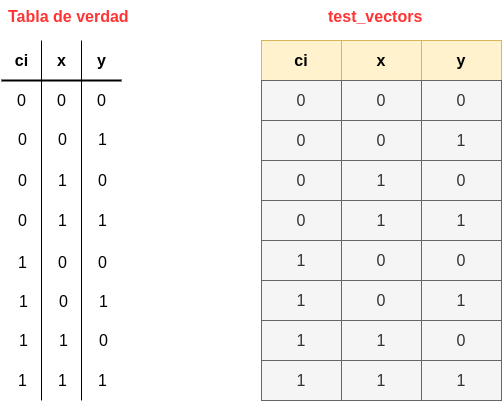
Before: imagenes/fundamentos_vhdl/full_adder_images/test_vector_full_adder.png, a diagram exported from draw.io (tigarto/electronica_digital). Source tidied: cells renumbered, new cells last; positions are measured from the earlier drawing's top-left corner, leaving out a move shared by most shapes. Its diagram source:
```xml
<mxGraphModel>
  <root>
    <mxCell id="0" />
    <mxCell id="1" parent="0" />
    <mxCell id="2" style="group;" parent="1" vertex="1">
      <mxGeometry x="260" y="40" width="240" height="40" as="geometry" />
    </mxCell>
    <mxCell id="3" value="ci" style="rounded=0;whiteSpace=wrap;html=1;fontStyle=1;fontSize=16;fillColor=#fff2cc;strokeColor=#d6b656;" parent="2" vertex="1">
      <mxGeometry width="80" height="40" as="geometry" />
    </mxCell>
    <mxCell id="4" value="x" style="rounded=0;whiteSpace=wrap;html=1;fontStyle=1;fontSize=16;fillColor=#fff2cc;strokeColor=#d6b656;" parent="2" vertex="1">
      <mxGeometry x="80" width="80" height="40" as="geometry" />
    </mxCell>
    <mxCell id="5" value="y" style="rounded=0;whiteSpace=wrap;html=1;fontStyle=1;fontSize=16;fillColor=#fff2cc;strokeColor=#d6b656;" parent="2" vertex="1">
      <mxGeometry x="160" width="80" height="40" as="geometry" />
    </mxCell>
    <mxCell id="6" style="group;fillColor=#f5f5f5;strokeColor=#666666;fontColor=#333333;" parent="1" vertex="1">
      <mxGeometry x="260" y="80" width="240" height="40" as="geometry" />
    </mxCell>
    <mxCell id="7" value="0" style="rounded=0;whiteSpace=wrap;html=1;fontSize=16;fillColor=#f5f5f5;strokeColor=#666666;fontColor=#333333;" parent="6" vertex="1">
      <mxGeometry width="80" height="40" as="geometry" />
    </mxCell>
    <mxCell id="8" value="0" style="rounded=0;whiteSpace=wrap;html=1;fontSize=16;fillColor=#f5f5f5;strokeColor=#666666;fontColor=#333333;" parent="6" vertex="1">
      <mxGeometry x="80" width="80" height="40" as="geometry" />
    </mxCell>
    <mxCell id="9" value="0" style="rounded=0;whiteSpace=wrap;html=1;fontSize=16;fillColor=#f5f5f5;strokeColor=#666666;fontColor=#333333;" parent="6" vertex="1">
      <mxGeometry x="160" width="80" height="40" as="geometry" />
    </mxCell>
    <mxCell id="10" style="group;fillColor=#f5f5f5;strokeColor=#666666;fontColor=#333333;" parent="1" vertex="1">
      <mxGeometry x="260" y="120" width="240" height="40" as="geometry" />
    </mxCell>
    <mxCell id="11" value="0" style="rounded=0;whiteSpace=wrap;html=1;fontSize=16;fillColor=#f5f5f5;strokeColor=#666666;fontColor=#333333;" parent="10" vertex="1">
      <mxGeometry width="80" height="40" as="geometry" />
    </mxCell>
    <mxCell id="12" value="0" style="rounded=0;whiteSpace=wrap;html=1;fontSize=16;fillColor=#f5f5f5;strokeColor=#666666;fontColor=#333333;" parent="10" vertex="1">
      <mxGeometry x="80" width="80" height="40" as="geometry" />
    </mxCell>
    <mxCell id="13" value="1" style="rounded=0;whiteSpace=wrap;html=1;fontSize=16;fillColor=#f5f5f5;strokeColor=#666666;fontColor=#333333;" parent="10" vertex="1">
      <mxGeometry x="160" width="80" height="40" as="geometry" />
    </mxCell>
    <mxCell id="14" style="group;fillColor=#f5f5f5;strokeColor=#666666;fontColor=#333333;" parent="1" vertex="1">
      <mxGeometry x="260" y="160" width="240" height="40" as="geometry" />
    </mxCell>
    <mxCell id="15" value="0" style="rounded=0;whiteSpace=wrap;html=1;fontSize=16;fillColor=#f5f5f5;strokeColor=#666666;fontColor=#333333;" parent="14" vertex="1">
      <mxGeometry width="80" height="40" as="geometry" />
    </mxCell>
    <mxCell id="16" value="1" style="rounded=0;whiteSpace=wrap;html=1;fontSize=16;fillColor=#f5f5f5;strokeColor=#666666;fontColor=#333333;" parent="14" vertex="1">
      <mxGeometry x="80" width="80" height="40" as="geometry" />
    </mxCell>
    <mxCell id="17" value="0" style="rounded=0;whiteSpace=wrap;html=1;fontSize=16;fillColor=#f5f5f5;strokeColor=#666666;fontColor=#333333;" parent="14" vertex="1">
      <mxGeometry x="160" width="80" height="40" as="geometry" />
    </mxCell>
    <mxCell id="18" style="group;fillColor=#f5f5f5;strokeColor=#666666;fontColor=#333333;" parent="1" vertex="1">
      <mxGeometry x="260" y="200" width="240" height="40" as="geometry" />
    </mxCell>
    <mxCell id="19" value="0" style="rounded=0;whiteSpace=wrap;html=1;fontSize=16;fillColor=#f5f5f5;strokeColor=#666666;fontColor=#333333;" parent="18" vertex="1">
      <mxGeometry width="80" height="40" as="geometry" />
    </mxCell>
    <mxCell id="20" value="1" style="rounded=0;whiteSpace=wrap;html=1;fontSize=16;fillColor=#f5f5f5;strokeColor=#666666;fontColor=#333333;" parent="18" vertex="1">
      <mxGeometry x="80" width="80" height="40" as="geometry" />
    </mxCell>
    <mxCell id="21" value="1" style="rounded=0;whiteSpace=wrap;html=1;fontSize=16;fillColor=#f5f5f5;strokeColor=#666666;fontColor=#333333;" parent="18" vertex="1">
      <mxGeometry x="160" width="80" height="40" as="geometry" />
    </mxCell>
    <mxCell id="22" style="group;fillColor=#f5f5f5;strokeColor=#666666;fontColor=#333333;" parent="1" vertex="1">
      <mxGeometry x="260" y="280" width="240" height="40" as="geometry" />
    </mxCell>
    <mxCell id="23" value="1" style="rounded=0;whiteSpace=wrap;html=1;fontSize=16;fillColor=#f5f5f5;strokeColor=#666666;fontColor=#333333;" parent="22" vertex="1">
      <mxGeometry width="80" height="40" as="geometry" />
    </mxCell>
    <mxCell id="24" value="0" style="rounded=0;whiteSpace=wrap;html=1;fontSize=16;fillColor=#f5f5f5;strokeColor=#666666;fontColor=#333333;" parent="22" vertex="1">
      <mxGeometry x="80" width="80" height="40" as="geometry" />
    </mxCell>
    <mxCell id="25" value="1" style="rounded=0;whiteSpace=wrap;html=1;fontSize=16;fillColor=#f5f5f5;strokeColor=#666666;fontColor=#333333;" parent="22" vertex="1">
      <mxGeometry x="160" width="80" height="40" as="geometry" />
    </mxCell>
    <mxCell id="26" style="group;fillColor=#f5f5f5;strokeColor=#666666;fontColor=#333333;" parent="1" vertex="1">
      <mxGeometry x="260" y="320" width="240" height="40" as="geometry" />
    </mxCell>
    <mxCell id="27" value="1" style="rounded=0;whiteSpace=wrap;html=1;fontSize=16;fillColor=#f5f5f5;strokeColor=#666666;fontColor=#333333;" parent="26" vertex="1">
      <mxGeometry width="80" height="40" as="geometry" />
    </mxCell>
    <mxCell id="28" value="1" style="rounded=0;whiteSpace=wrap;html=1;fontSize=16;fillColor=#f5f5f5;strokeColor=#666666;fontColor=#333333;" parent="26" vertex="1">
      <mxGeometry x="80" width="80" height="40" as="geometry" />
    </mxCell>
    <mxCell id="29" value="0" style="rounded=0;whiteSpace=wrap;html=1;fontSize=16;fillColor=#f5f5f5;strokeColor=#666666;fontColor=#333333;" parent="26" vertex="1">
      <mxGeometry x="160" width="80" height="40" as="geometry" />
    </mxCell>
    <mxCell id="30" style="group;fillColor=#f5f5f5;strokeColor=#666666;fontColor=#333333;" parent="1" vertex="1">
      <mxGeometry x="260" y="360" width="240" height="40" as="geometry" />
    </mxCell>
    <mxCell id="31" value="1" style="rounded=0;whiteSpace=wrap;html=1;fontSize=16;fillColor=#f5f5f5;strokeColor=#666666;fontColor=#333333;" parent="30" vertex="1">
      <mxGeometry width="80" height="40" as="geometry" />
    </mxCell>
    <mxCell id="32" value="1" style="rounded=0;whiteSpace=wrap;html=1;fontSize=16;fillColor=#f5f5f5;strokeColor=#666666;fontColor=#333333;" parent="30" vertex="1">
      <mxGeometry x="80" width="80" height="40" as="geometry" />
    </mxCell>
    <mxCell id="33" value="1" style="rounded=0;whiteSpace=wrap;html=1;fontSize=16;fillColor=#f5f5f5;strokeColor=#666666;fontColor=#333333;" parent="30" vertex="1">
      <mxGeometry x="160" width="80" height="40" as="geometry" />
    </mxCell>
    <mxCell id="34" style="group;fillColor=#f5f5f5;strokeColor=#666666;fontColor=#333333;" parent="1" vertex="1">
      <mxGeometry x="260" y="240" width="240" height="40" as="geometry" />
    </mxCell>
    <mxCell id="35" value="1" style="rounded=0;whiteSpace=wrap;html=1;fontSize=16;fillColor=#f5f5f5;strokeColor=#666666;fontColor=#333333;" parent="34" vertex="1">
      <mxGeometry width="80" height="40" as="geometry" />
    </mxCell>
    <mxCell id="36" value="0" style="rounded=0;whiteSpace=wrap;html=1;fontSize=16;fillColor=#f5f5f5;strokeColor=#666666;fontColor=#333333;" parent="34" vertex="1">
      <mxGeometry x="80" width="80" height="40" as="geometry" />
    </mxCell>
    <mxCell id="37" value="0" style="rounded=0;whiteSpace=wrap;html=1;fontSize=16;fillColor=#f5f5f5;strokeColor=#666666;fontColor=#333333;" parent="34" vertex="1">
      <mxGeometry x="160" width="80" height="40" as="geometry" />
    </mxCell>
    <mxCell id="38" value="&lt;b&gt;&lt;font color=&quot;#ff3333&quot;&gt;test_vectors&lt;/font&gt;&lt;/b&gt;" style="text;html=1;fontSize=16;" parent="1" vertex="1">
      <mxGeometry x="325" width="110" height="30" as="geometry" />
    </mxCell>
    <mxCell id="39" style="group;" parent="1" vertex="1">
      <mxGeometry y="40" width="120" height="360" as="geometry" />
    </mxCell>
    <mxCell id="40" style="endArrow=none;html=1;fontSize=16;strokeColor=#000000;strokeWidth=2;" parent="39" edge="1">
      <mxGeometry relative="1" as="geometry">
        <mxPoint y="40" as="sourcePoint" />
        <mxPoint x="120" y="40" as="targetPoint" />
      </mxGeometry>
    </mxCell>
    <mxCell id="41" style="endArrow=none;html=1;fontSize=16;" parent="39" edge="1">
      <mxGeometry relative="1" as="geometry">
        <mxPoint x="40" as="sourcePoint" />
        <mxPoint x="40" y="360" as="targetPoint" />
      </mxGeometry>
    </mxCell>
    <mxCell id="42" style="endArrow=none;html=1;fontSize=16;" parent="39" edge="1">
      <mxGeometry relative="1" as="geometry">
        <mxPoint x="80" as="sourcePoint" />
        <mxPoint x="80" y="360" as="targetPoint" />
      </mxGeometry>
    </mxCell>
    <mxCell id="43" value="&lt;b&gt;ci&lt;/b&gt;" style="text;html=1;align=center;verticalAlign=middle;fontSize=16;" parent="39" vertex="1">
      <mxGeometry x="5" y="10" width="30" height="20" as="geometry" />
    </mxCell>
    <mxCell id="44" value="&lt;b&gt;x&lt;/b&gt;" style="text;html=1;align=center;verticalAlign=middle;fontSize=16;" parent="39" vertex="1">
      <mxGeometry x="50" y="10" width="20" height="20" as="geometry" />
    </mxCell>
    <mxCell id="45" value="&lt;b&gt;y&lt;/b&gt;" style="text;html=1;align=center;verticalAlign=middle;fontSize=16;" parent="39" vertex="1">
      <mxGeometry x="90" y="10" width="20" height="20" as="geometry" />
    </mxCell>
    <mxCell id="46" style="group;" parent="39" vertex="1">
      <mxGeometry x="10" y="50" width="100" height="20" as="geometry" />
    </mxCell>
    <mxCell id="47" value="0" style="text;html=1;align=center;verticalAlign=middle;fontSize=16;" parent="46" vertex="1">
      <mxGeometry width="20" height="20" as="geometry" />
    </mxCell>
    <mxCell id="48" value="0" style="text;html=1;align=center;verticalAlign=middle;fontSize=16;" parent="46" vertex="1">
      <mxGeometry x="40" width="20" height="20" as="geometry" />
    </mxCell>
    <mxCell id="49" value="0" style="text;html=1;align=center;verticalAlign=middle;fontSize=16;" parent="46" vertex="1">
      <mxGeometry x="80" width="20" height="20" as="geometry" />
    </mxCell>
    <mxCell id="50" style="group;" parent="39" vertex="1">
      <mxGeometry x="11" y="170" width="100" height="20" as="geometry" />
    </mxCell>
    <mxCell id="51" value="0" style="text;html=1;align=center;verticalAlign=middle;fontSize=16;" parent="50" vertex="1">
      <mxGeometry width="20" height="20" as="geometry" />
    </mxCell>
    <mxCell id="52" value="1" style="text;html=1;align=center;verticalAlign=middle;fontSize=16;" parent="50" vertex="1">
      <mxGeometry x="40" width="20" height="20" as="geometry" />
    </mxCell>
    <mxCell id="53" value="1" style="text;html=1;align=center;verticalAlign=middle;fontSize=16;" parent="50" vertex="1">
      <mxGeometry x="80" width="20" height="20" as="geometry" />
    </mxCell>
    <mxCell id="54" style="group;" parent="39" vertex="1">
      <mxGeometry x="11" y="89" width="100" height="20" as="geometry" />
    </mxCell>
    <mxCell id="55" value="0" style="text;html=1;align=center;verticalAlign=middle;fontSize=16;" parent="54" vertex="1">
      <mxGeometry width="20" height="20" as="geometry" />
    </mxCell>
    <mxCell id="56" value="0" style="text;html=1;align=center;verticalAlign=middle;fontSize=16;" parent="54" vertex="1">
      <mxGeometry x="40" width="20" height="20" as="geometry" />
    </mxCell>
    <mxCell id="57" value="1" style="text;html=1;align=center;verticalAlign=middle;fontSize=16;" parent="54" vertex="1">
      <mxGeometry x="80" width="20" height="20" as="geometry" />
    </mxCell>
    <mxCell id="58" style="group;" parent="39" vertex="1">
      <mxGeometry x="11" y="130" width="100" height="20" as="geometry" />
    </mxCell>
    <mxCell id="59" value="0" style="text;html=1;align=center;verticalAlign=middle;fontSize=16;" parent="58" vertex="1">
      <mxGeometry width="20" height="20" as="geometry" />
    </mxCell>
    <mxCell id="60" value="1" style="text;html=1;align=center;verticalAlign=middle;fontSize=16;" parent="58" vertex="1">
      <mxGeometry x="40" width="20" height="20" as="geometry" />
    </mxCell>
    <mxCell id="61" value="0" style="text;html=1;align=center;verticalAlign=middle;fontSize=16;" parent="58" vertex="1">
      <mxGeometry x="80" width="20" height="20" as="geometry" />
    </mxCell>
    <mxCell id="62" style="group;" parent="39" vertex="1">
      <mxGeometry x="12" y="290" width="100" height="20" as="geometry" />
    </mxCell>
    <mxCell id="63" value="1" style="text;html=1;align=center;verticalAlign=middle;fontSize=16;" parent="62" vertex="1">
      <mxGeometry width="20" height="20" as="geometry" />
    </mxCell>
    <mxCell id="64" value="1" style="text;html=1;align=center;verticalAlign=middle;fontSize=16;" parent="62" vertex="1">
      <mxGeometry x="40" width="20" height="20" as="geometry" />
    </mxCell>
    <mxCell id="65" value="0" style="text;html=1;align=center;verticalAlign=middle;fontSize=16;" parent="62" vertex="1">
      <mxGeometry x="80" width="20" height="20" as="geometry" />
    </mxCell>
    <mxCell id="66" style="group;" parent="39" vertex="1">
      <mxGeometry x="11" y="212" width="100" height="20" as="geometry" />
    </mxCell>
    <mxCell id="67" value="1" style="text;html=1;align=center;verticalAlign=middle;fontSize=16;" parent="66" vertex="1">
      <mxGeometry width="20" height="20" as="geometry" />
    </mxCell>
    <mxCell id="68" value="0" style="text;html=1;align=center;verticalAlign=middle;fontSize=16;" parent="66" vertex="1">
      <mxGeometry x="40" width="20" height="20" as="geometry" />
    </mxCell>
    <mxCell id="69" value="0" style="text;html=1;align=center;verticalAlign=middle;fontSize=16;" parent="66" vertex="1">
      <mxGeometry x="80" width="20" height="20" as="geometry" />
    </mxCell>
    <mxCell id="70" style="group;" parent="39" vertex="1">
      <mxGeometry x="12" y="251" width="100" height="20" as="geometry" />
    </mxCell>
    <mxCell id="71" value="1" style="text;html=1;align=center;verticalAlign=middle;fontSize=16;" parent="70" vertex="1">
      <mxGeometry width="20" height="20" as="geometry" />
    </mxCell>
    <mxCell id="72" value="0" style="text;html=1;align=center;verticalAlign=middle;fontSize=16;" parent="70" vertex="1">
      <mxGeometry x="40" width="20" height="20" as="geometry" />
    </mxCell>
    <mxCell id="73" value="1" style="text;html=1;align=center;verticalAlign=middle;fontSize=16;" parent="70" vertex="1">
      <mxGeometry x="80" width="20" height="20" as="geometry" />
    </mxCell>
    <mxCell id="74" style="group;" parent="39" vertex="1">
      <mxGeometry x="11" y="330" width="100" height="20" as="geometry" />
    </mxCell>
    <mxCell id="75" value="1" style="text;html=1;align=center;verticalAlign=middle;fontSize=16;" parent="74" vertex="1">
      <mxGeometry width="20" height="20" as="geometry" />
    </mxCell>
    <mxCell id="76" value="1" style="text;html=1;align=center;verticalAlign=middle;fontSize=16;" parent="74" vertex="1">
      <mxGeometry x="40" width="20" height="20" as="geometry" />
    </mxCell>
    <mxCell id="77" value="1" style="text;html=1;align=center;verticalAlign=middle;fontSize=16;" parent="74" vertex="1">
      <mxGeometry x="80" width="20" height="20" as="geometry" />
    </mxCell>
    <mxCell id="78" value="&lt;b&gt;&lt;font color=&quot;#ff3333&quot;&gt;Tabla de verdad&lt;/font&gt;&lt;/b&gt;" style="text;html=1;fontSize=16;" parent="1" vertex="1">
      <mxGeometry x="5" width="110" height="30" as="geometry" />
    </mxCell>
  </root>
</mxGraphModel>
```
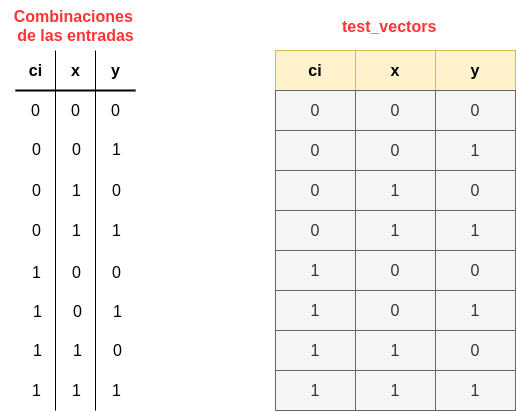
The same file after the commit.

Commit message:
Actualizando grafica de los vectores de tesr

What changed in the source:
```diff
@@ -239,8 +239,8 @@
     <mxCell id="77" value="1" style="text;html=1;align=center;verticalAlign=middle;fontSize=16;" parent="74" vertex="1">
       <mxGeometry x="80" width="20" height="20" as="geometry" />
     </mxCell>
-    <mxCell id="78" value="&lt;b&gt;&lt;font color=&quot;#ff3333&quot;&gt;Tabla de verdad&lt;/font&gt;&lt;/b&gt;" style="text;html=1;fontSize=16;" parent="1" vertex="1">
-      <mxGeometry x="5" width="110" height="30" as="geometry" />
+    <mxCell id="78" value="&lt;b&gt;&lt;font color=&quot;#ff3333&quot;&gt;Combinaciones &lt;br&gt;de las entradas&lt;/font&gt;&lt;/b&gt;" style="text;html=1;fontSize=16;align=center;" parent="1" vertex="1">
+      <mxGeometry x="-15" y="-10" width="150" height="30" as="geometry" />
     </mxCell>
   </root>
 </mxGraphModel>
```
